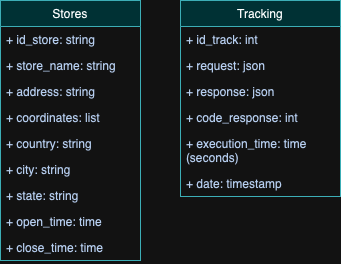
The draw.io diagram instastore/multimedia/database.png in Valentina17varela/technical-challenges, before a commit. Source tidied: cells renumbered, new cells last; positions are measured from the earlier drawing's top-left corner, leaving out a move shared by most shapes.
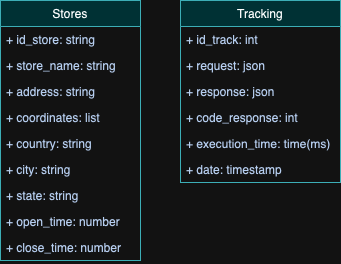
Above is the later version.

What changed in the source:
```diff
@@ -26,14 +26,14 @@
     <mxCell id="9" value="+ state: string" style="text;strokeColor=none;fillColor=none;align=left;verticalAlign=top;spacingLeft=4;spacingRight=4;overflow=hidden;whiteSpace=wrap;html=1;fontColor=#1D3557;" parent="2" vertex="1">
       <mxGeometry y="182" width="140" height="26" as="geometry" />
     </mxCell>
-    <mxCell id="10" value="+ open_time: time" style="text;strokeColor=none;fillColor=none;align=left;verticalAlign=top;spacingLeft=4;spacingRight=4;overflow=hidden;whiteSpace=wrap;html=1;fontColor=#1D3557;" parent="2" vertex="1">
+    <mxCell id="10" value="+ open_time: number" style="text;strokeColor=none;fillColor=none;align=left;verticalAlign=top;spacingLeft=4;spacingRight=4;overflow=hidden;whiteSpace=wrap;html=1;fontColor=#1D3557;" parent="2" vertex="1">
       <mxGeometry y="208" width="140" height="26" as="geometry" />
     </mxCell>
-    <mxCell id="11" value="+ close_time: time" style="text;strokeColor=none;fillColor=none;align=left;verticalAlign=top;spacingLeft=4;spacingRight=4;overflow=hidden;whiteSpace=wrap;html=1;fontColor=#1D3557;" parent="2" vertex="1">
+    <mxCell id="11" value="+ close_time: number" style="text;strokeColor=none;fillColor=none;align=left;verticalAlign=top;spacingLeft=4;spacingRight=4;overflow=hidden;whiteSpace=wrap;html=1;fontColor=#1D3557;" parent="2" vertex="1">
       <mxGeometry y="234" width="140" height="26" as="geometry" />
     </mxCell>
     <mxCell id="12" value="Tracking" style="swimlane;fontStyle=0;horizontal=1;startSize=26;fillColor=#b0e3e6;whiteSpace=wrap;html=1;strokeColor=#0e8088;" parent="1" vertex="1">
-      <mxGeometry x="180" width="160" height="196" as="geometry" />
+      <mxGeometry x="180" width="160" height="182" as="geometry" />
     </mxCell>
     <mxCell id="13" value="+ id_track: int" style="text;strokeColor=none;fillColor=none;align=left;verticalAlign=top;spacingLeft=4;spacingRight=4;overflow=hidden;whiteSpace=wrap;html=1;fontColor=#1D3557;" parent="12" vertex="1">
       <mxGeometry y="26" width="160" height="26" as="geometry" />
@@ -47,11 +47,11 @@
     <mxCell id="16" value="+ code_response: int" style="text;strokeColor=none;fillColor=none;align=left;verticalAlign=top;spacingLeft=4;spacingRight=4;overflow=hidden;whiteSpace=wrap;html=1;fontColor=#1D3557;" parent="12" vertex="1">
       <mxGeometry y="104" width="160" height="26" as="geometry" />
     </mxCell>
-    <mxCell id="17" value="+ execution_time: time (seconds)" style="text;strokeColor=none;fillColor=none;align=left;verticalAlign=top;spacingLeft=4;spacingRight=4;overflow=hidden;whiteSpace=wrap;html=1;fontColor=#1D3557;" parent="12" vertex="1">
-      <mxGeometry y="130" width="160" height="40" as="geometry" />
-    </mxCell>
+    <mxCell id="19" value="&lt;span style=&quot;font-size: 12.000001px;&quot;&gt;+ execution_time: time(ms)&lt;/span&gt;" style="text;strokeColor=none;fillColor=none;align=left;verticalAlign=top;spacingLeft=4;spacingRight=4;overflow=hidden;whiteSpace=wrap;html=1;fontColor=#1D3557;" parent="12" vertex="1">
+      <mxGeometry y="130" width="160" height="26" as="geometry" />
+    </mxCell>
     <mxCell id="18" value="+ date: timestamp" style="text;strokeColor=none;fillColor=none;align=left;verticalAlign=top;spacingLeft=4;spacingRight=4;overflow=hidden;whiteSpace=wrap;html=1;fontColor=#1D3557;" parent="12" vertex="1">
-      <mxGeometry y="170" width="160" height="26" as="geometry" />
+      <mxGeometry y="156" width="160" height="26" as="geometry" />
     </mxCell>
   </root>
 </mxGraphModel>
```
